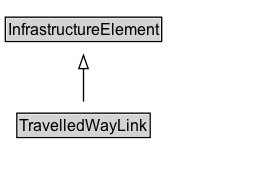
ISO-TC204/ontology-cdm-p2-v1 keeps this Graphviz diagram as docs/diagrams/TravelledWayLink.dot.png. Above is the earlier version. Its source is kept beside it as docs/diagrams/TravelledWayLink.dot.
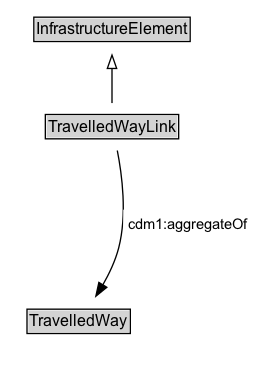
Above is the later version.

The edit, as a diff of the source:
```diff
@@ -3,13 +3,21 @@
 	node [fontname=Arial fontsize=12 margin=0 shape=none]
 	edge [fontname=Arial fontsize=11]
 	{
+		rank=source
+		InfrastructureElement [label=<<TABLE BORDER="1" CELLBORDER="0" CELLSPACING="0" CELLPADDING="1"><TR><TD BGCOLOR="lightgray" ALIGN="CENTER">InfrastructureElement</TD></TR></TABLE>> URL="../InfrastructureElement" margin=0]
+	}
+	TravelledWayLink [label=<<TABLE BORDER="1" CELLBORDER="0" CELLSPACING="0" CELLPADDING="1"><TR><TD BGCOLOR="lightgray" ALIGN="CENTER">TravelledWayLink</TD></TR></TABLE>> URL="../TravelledWayLink" margin=0]
+	{
 		rank=max
-		TravelledWayLink [label=<<TABLE BORDER="1" CELLBORDER="0" CELLSPACING="0" CELLPADDING="1"><TR><TD BGCOLOR="lightgray" ALIGN="CENTER" PORT="e">TravelledWayLink</TD></TR></TABLE>> URL="../TravelledWayLink.md" margin=0]
 	}
 	subgraph cluster_associated {
 		label="" style=invis
 		Invis [label=<<TABLE BORDER="0" CELLBORDER="0" CELLSPACING="0" CELLPADDING="1"><TR><TD></TD></TR></TABLE>> margin=0 style=invis]
+		TravelledWay [label=<<TABLE BORDER="1" CELLBORDER="0" CELLSPACING="0" CELLPADDING="1"><TR><TD BGCOLOR="lightgray" ALIGN="CENTER">TravelledWay</TD></TR></TABLE>> URL="../TravelledWay" margin=0]
 	}
-	InfrastructureElement [label=<<TABLE BORDER="1" CELLBORDER="0" CELLSPACING="0" CELLPADDING="1"><TR><TD BGCOLOR="lightgray" ALIGN="CENTER">InfrastructureElement</TD></TR></TABLE>> URL="../InfrastructureElement.md" margin=0]
 	TravelledWayLink -> InfrastructureElement [arrowhead=onormal style=solid]
+	TravelledWayLink -> Invis [style=invis]
+	Invis -> TravelledWay [style=invis]
+	TravelledWay [label=<<TABLE BORDER="1" CELLBORDER="0" CELLSPACING="0" CELLPADDING="1"><TR><TD BGCOLOR="lightgray" ALIGN="CENTER">TravelledWay</TD></TR></TABLE>> URL="../TravelledWay" margin=0]
+	TravelledWayLink -> TravelledWay [label=<<TABLE BORDER="0" CELLBORDER="0" CELLSPACING="0" CELLPADDING="4" BGCOLOR="white"><TR><TD ALIGN="CENTER">cdm1:aggregateOf</TD></TR></TABLE>> arrowhead=normal style=solid]
 }
```
